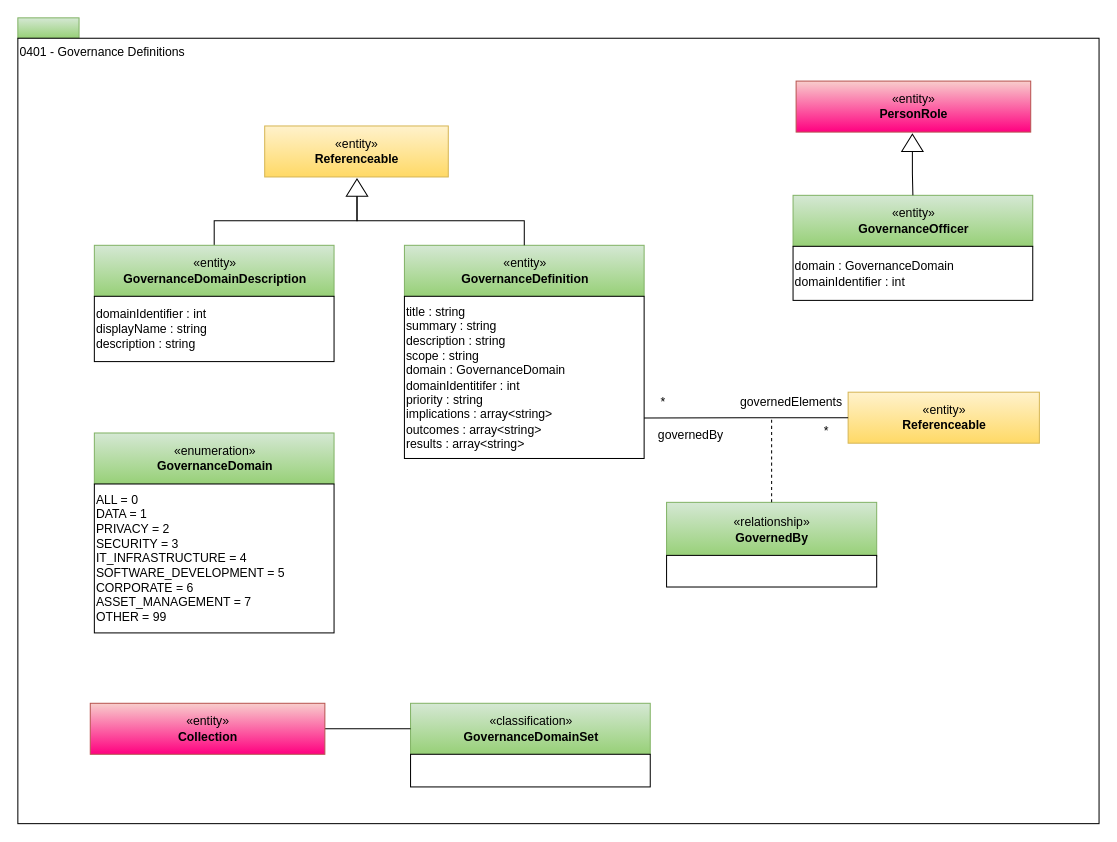
Earlier version of the draw.io diagram page "0401-Governance-Definitions" (2 of 28) of open-metadata-publication/website/open-metadata-types/area-4-governance.drawio (odpi/egeria). Source tidied: cells renumbered, new cells numbered last; positions are measured from the earlier drawing's top-left corner, leaving out a move shared by most shapes. Both pictures are drawn from the tidied source at 102%, with x=0, y=0 at pixel (17, 17).
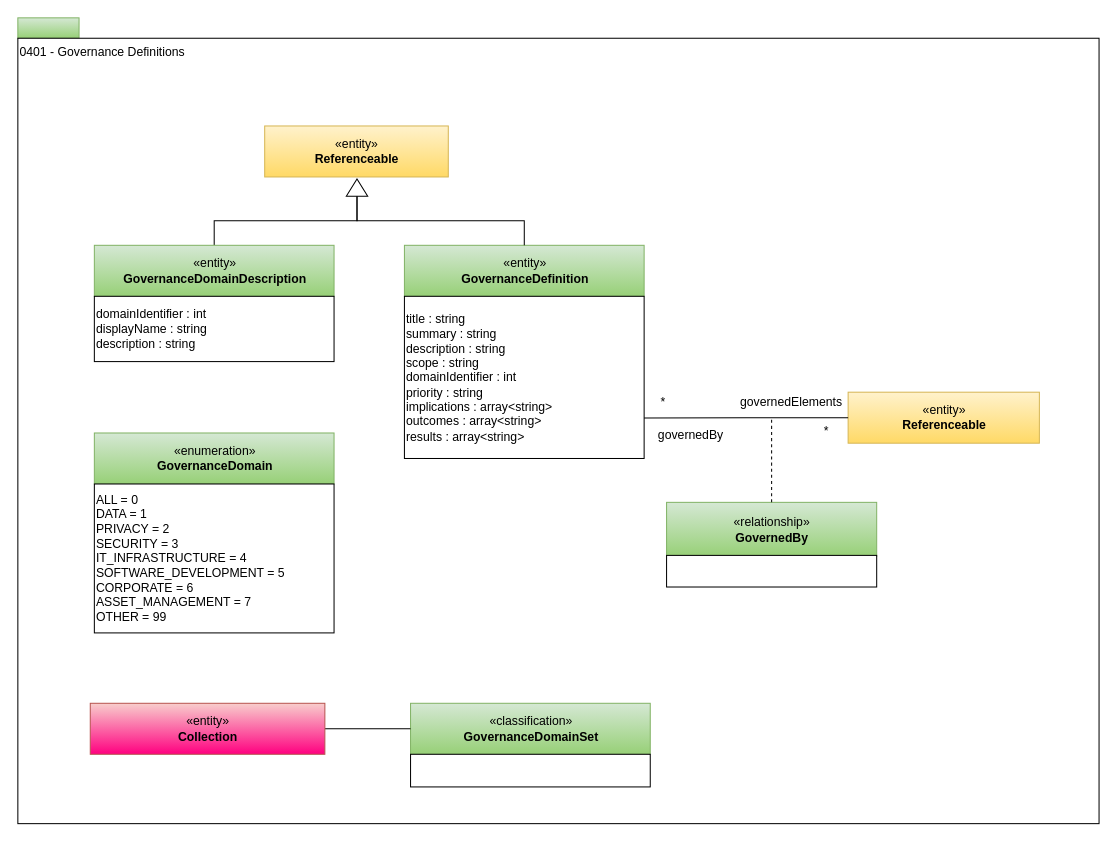
After the change.

Diff of the diagram source:
```diff
@@
-    <mxCell id="4" value="«entity»&lt;br&gt;&lt;b&gt;GovernanceOfficer&lt;/b&gt;" style="html=1;strokeColor=#82b366;align=center;fillColor=#d5e8d4;gradientColor=#97d077;" parent="1" vertex="1">
-      <mxGeometry x="760" y="174" width="235" height="50" as="geometry" />
-    </mxCell>
-    <mxCell id="5" style="edgeStyle=orthogonalEdgeStyle;rounded=0;html=1;exitX=0;exitY=0.5;entryX=0.5;entryY=0;jettySize=auto;endArrow=none;endFill=0;" parent="1" edge="1" source="6" target="4">
-      <mxGeometry relative="1" as="geometry" />
-    </mxCell>
-    <mxCell id="6" style="triangle;whiteSpace=wrap;html=1;strokeColor=#000000;gradientColor=#ffffff;align=center;rotation=-90;" parent="1" vertex="1">
-      <mxGeometry x="868.5" y="112" width="17" height="21" as="geometry" />
-    </mxCell>
-    <mxCell id="7" value="domain : GovernanceDomain&lt;br&gt;domainIdentifier : int" style="rounded=0;whiteSpace=wrap;html=1;strokeColor=#000000;gradientColor=#ffffff;align=left;" parent="1" vertex="1">
-      <mxGeometry x="760" y="224" width="235" height="53" as="geometry" />
-    </mxCell>
@@
-    <mxCell id="12" value="title : string&lt;br&gt;summary : string&lt;br&gt;description : string&lt;br&gt;scope : string&lt;br&gt;domain : GovernanceDomain&lt;br&gt;domainIdentitifer : int&lt;br&gt;priority : string&lt;br&gt;implications : array&amp;lt;string&amp;gt;&lt;br&gt;outcomes : array&amp;lt;string&amp;gt;&lt;br&gt;results : array&amp;lt;string&amp;gt;" style="rounded=0;whiteSpace=wrap;html=1;strokeColor=#000000;gradientColor=#ffffff;align=left;" parent="1" vertex="1">
+    <mxCell id="12" value="title : string&lt;br&gt;summary : string&lt;br&gt;description : string&lt;br&gt;scope : string&lt;br&gt;domainIdentifier : int&lt;br&gt;priority : string&lt;br&gt;implications : array&amp;lt;string&amp;gt;&lt;br&gt;outcomes : array&amp;lt;string&amp;gt;&lt;br&gt;results : array&amp;lt;string&amp;gt;" style="rounded=0;whiteSpace=wrap;html=1;strokeColor=#000000;gradientColor=#ffffff;align=left;" parent="1" vertex="1">
       <mxGeometry x="379" y="273" width="235" height="159" as="geometry" />
     </mxCell>
@@
-    <mxCell id="15" value="«entity»&lt;br&gt;&lt;b&gt;PersonRole&lt;/b&gt;" style="html=1;strokeColor=#b85450;align=center;fillColor=#f8cecc;gradientColor=#FF0080;" parent="1" vertex="1">
-      <mxGeometry x="763" y="62" width="230" height="50" as="geometry" />
-    </mxCell>
```
